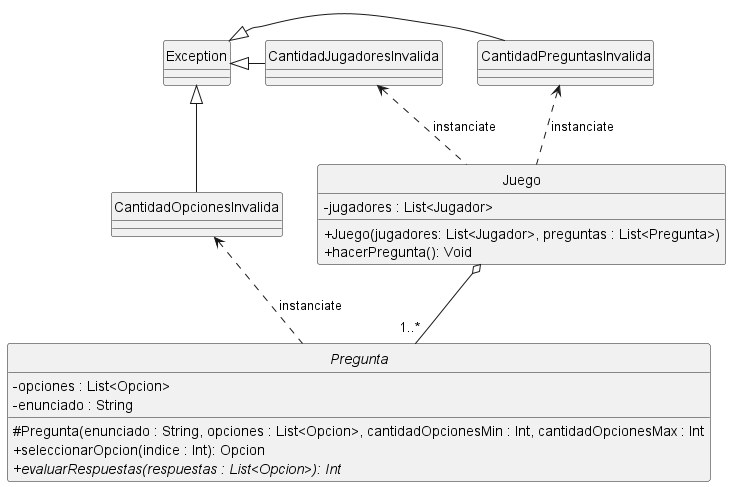
lautiland/TP2-ALGO3-ALGOHOOT keeps this PlantUML diagram as diagrams/classes/clase_excepciones.png. Above is the earlier version.
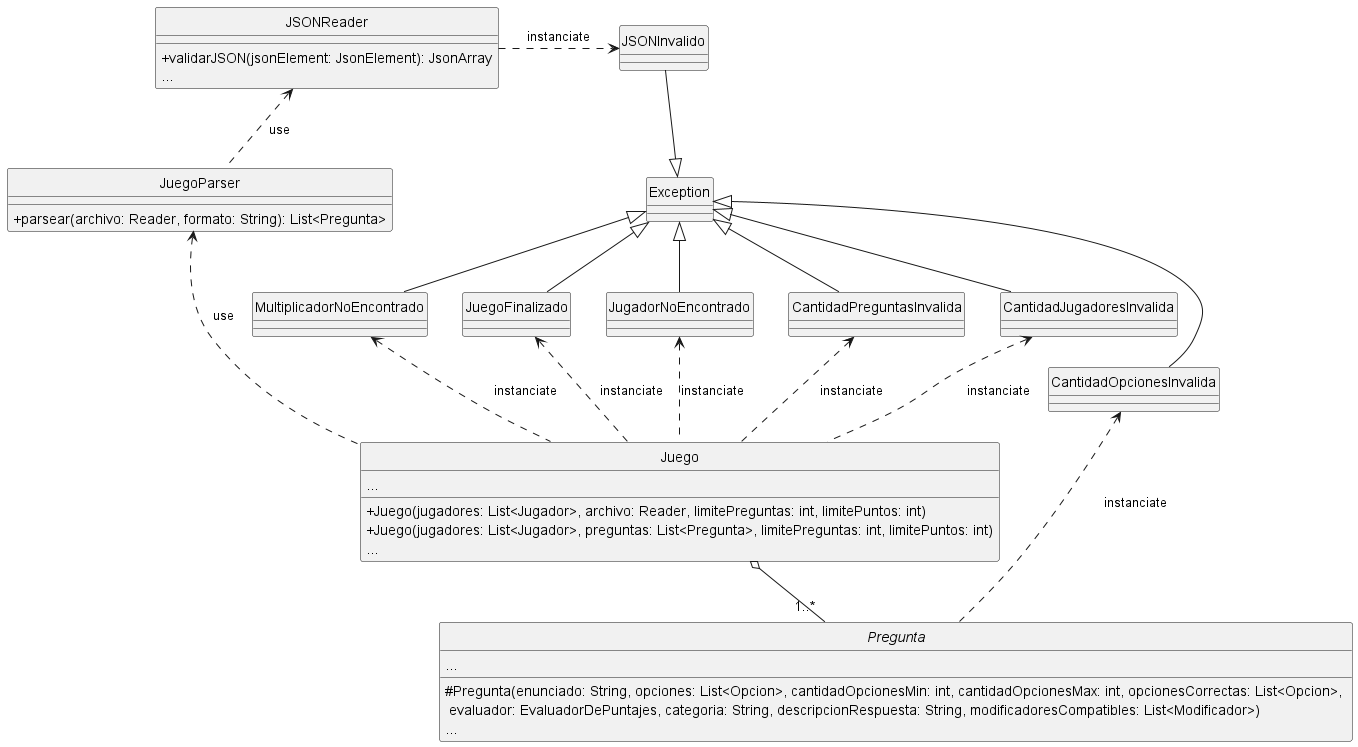
After the change.

Diff of the diagram source:
```diff
@@ -5,17 +5,25 @@
 skinparam monochrome true
 
 class Juego {
-    - jugadores : List<Jugador>
-    + Juego(jugadores: List<Jugador>, preguntas : List<Pregunta>)
-    + hacerPregunta(): Void
+    ...
+    + Juego(jugadores: List<Jugador>, archivo: Reader, limitePreguntas: int, limitePuntos: int)
+    + Juego(jugadores: List<Jugador>, preguntas: List<Pregunta>, limitePreguntas: int, limitePuntos: int)
+    {method}...
 }
 
 abstract Pregunta {
-    - opciones : List<Opcion>
-    - enunciado : String
-    # Pregunta(enunciado : String, opciones : List<Opcion>, cantidadOpcionesMin : Int, cantidadOpcionesMax : Int
-    + seleccionarOpcion(indice : Int): Opcion
-    + {abstract} evaluarRespuestas(respuestas : List<Opcion>): Int
+    ...
+# Pregunta(enunciado: String, opciones: List<Opcion>, cantidadOpcionesMin: int, cantidadOpcionesMax: int, opcionesCorrectas: List<Opcion>, \n evaluador: EvaluadorDePuntajes, categoria: String, descripcionRespuesta: String, modificadoresCompatibles: List<Modificador>)
+    {method} ...
+}
+
+class JuegoParser {
+    + parsear(archivo: Reader, formato: String): List<Pregunta>
+}
+
+class JSONReader {
+    + validarJSON(jsonElement: JsonElement): JsonArray
+    {method} ...
 }
 
 exception CantidadJugadoresInvalida
@@ -26,10 +34,21 @@
 Juego o-down- "1..*" Pregunta
 Juego .up.> CantidadJugadoresInvalida : "instanciate"
 Juego .up.> CantidadPreguntasInvalida : "instanciate"
+Juego .up.> JugadorNoEncontrado : "instanciate"
+Juego .up.> JuegoFinalizado : "instanciate"
+Juego .up.> MultiplicadorNoEncontrado : "instanciate"
 Pregunta .up.> CantidadOpcionesInvalida : "instanciate"
+Juego .up..> JuegoParser : "use"
+JuegoParser .up.> JSONReader : "use"
+JSONReader .right.> JSONInvalido : "instanciate"
 
-CantidadJugadoresInvalida -left-|> Exception
+CantidadJugadoresInvalida -up-|> Exception
 CantidadOpcionesInvalida -up-|> Exception
-CantidadPreguntasInvalida -left-|> Exception
+CantidadPreguntasInvalida -up-|> Exception
+Exception <|-- JugadorNoEncontrado
+Exception <|-- JuegoFinalizado
+Exception <|-- MultiplicadorNoEncontrado
+JSONInvalido -down-|> Exception
+
 
 @enduml
```
